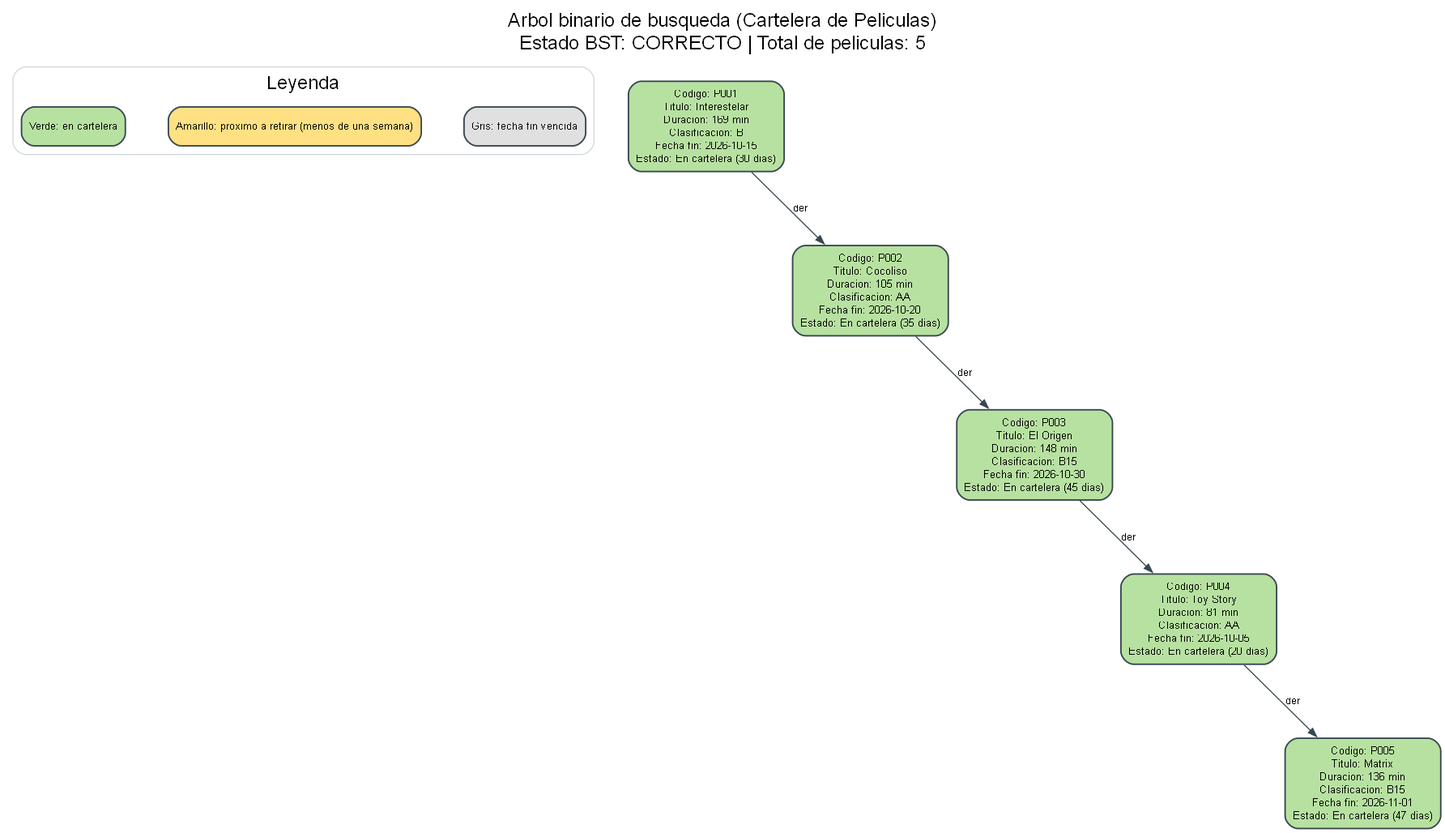
Earlier version of the Graphviz export FASE_NO2/reporte_bst.png (sergioraulquezel/EDD_2S2026_PY_202401290). Its source is kept beside it as FASE_NO2/reporte_bst.dot.
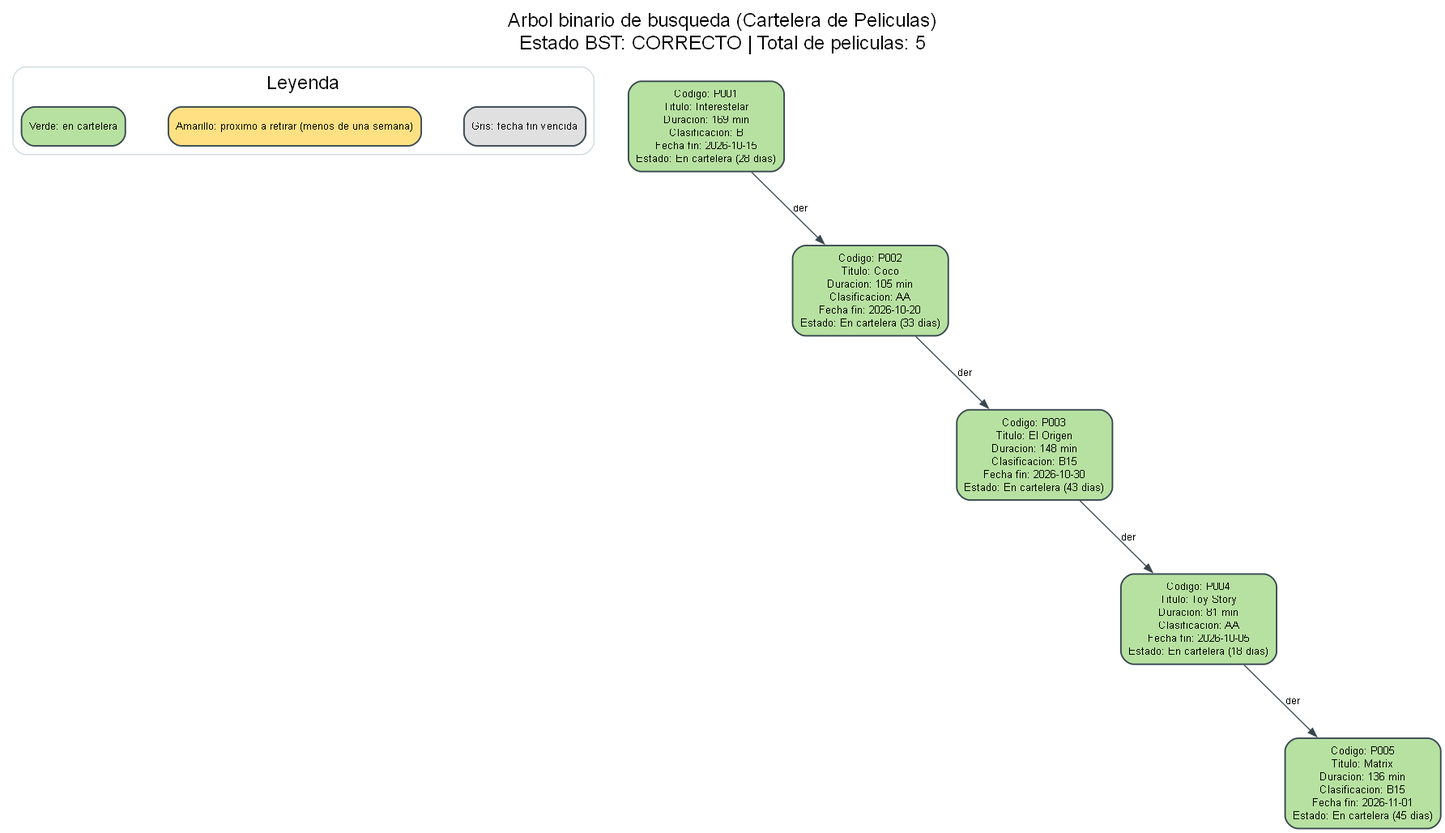
After the commit.

Diff of the diagram source:
```diff
@@ -14,29 +14,29 @@
         leyenda_gris [label="Gris: fecha fin vencida", fillcolor="#e0e0e0"];
         { rank=same; leyenda_verde; leyenda_amarillo; leyenda_gris; }
     }
-    nodo1 [fillcolor="#b7e1a1", label="Codigo: P001\nTitulo: Interestelar\nDuracion: 169 min\nClasificacion: B\nFecha fin: 2026-10-15\nEstado: En cartelera (30 dias)"];
+    nodo1 [fillcolor="#b7e1a1", label="Codigo: P001\nTitulo: Interestelar\nDuracion: 169 min\nClasificacion: B\nFecha fin: 2026-10-15\nEstado: En cartelera (28 dias)"];
     nulo1 [shape=point, style=invis, label="", width=0.01, height=0.01];
     nodo1 -> nulo1 [style=invis, weight=10];
     nodo1 -> nodo2 [label="der"];
     { rank=same; nulo1; nodo2; }
     nulo1 -> nodo2 [style=invis, weight=20];
-    nodo2 [fillcolor="#b7e1a1", label="Codigo: P002\nTitulo: Cocoliso\nDuracion: 105 min\nClasificacion: AA\nFecha fin: 2026-10-20\nEstado: En cartelera (35 dias)"];
+    nodo2 [fillcolor="#b7e1a1", label="Codigo: P002\nTitulo: Coco\nDuracion: 105 min\nClasificacion: AA\nFecha fin: 2026-10-20\nEstado: En cartelera (33 dias)"];
     nulo2 [shape=point, style=invis, label="", width=0.01, height=0.01];
     nodo2 -> nulo2 [style=invis, weight=10];
     nodo2 -> nodo3 [label="der"];
     { rank=same; nulo2; nodo3; }
     nulo2 -> nodo3 [style=invis, weight=20];
-    nodo3 [fillcolor="#b7e1a1", label="Codigo: P003\nTitulo: El Origen\nDuracion: 148 min\nClasificacion: B15\nFecha fin: 2026-10-30\nEstado: En cartelera (45 dias)"];
+    nodo3 [fillcolor="#b7e1a1", label="Codigo: P003\nTitulo: El Origen\nDuracion: 148 min\nClasificacion: B15\nFecha fin: 2026-10-30\nEstado: En cartelera (43 dias)"];
     nulo3 [shape=point, style=invis, label="", width=0.01, height=0.01];
     nodo3 -> nulo3 [style=invis, weight=10];
     nodo3 -> nodo4 [label="der"];
     { rank=same; nulo3; nodo4; }
     nulo3 -> nodo4 [style=invis, weight=20];
-    nodo4 [fillcolor="#b7e1a1", label="Codigo: P004\nTitulo: Toy Story\nDuracion: 81 min\nClasificacion: AA\nFecha fin: 2026-10-05\nEstado: En cartelera (20 dias)"];
+    nodo4 [fillcolor="#b7e1a1", label="Codigo: P004\nTitulo: Toy Story\nDuracion: 81 min\nClasificacion: AA\nFecha fin: 2026-10-05\nEstado: En cartelera (18 dias)"];
     nulo4 [shape=point, style=invis, label="", width=0.01, height=0.01];
     nodo4 -> nulo4 [style=invis, weight=10];
     nodo4 -> nodo5 [label="der"];
     { rank=same; nulo4; nodo5; }
     nulo4 -> nodo5 [style=invis, weight=20];
-    nodo5 [fillcolor="#b7e1a1", label="Codigo: P005\nTitulo: Matrix\nDuracion: 136 min\nClasificacion: B15\nFecha fin: 2026-11-01\nEstado: En cartelera (47 dias)"];
+    nodo5 [fillcolor="#b7e1a1", label="Codigo: P005\nTitulo: Matrix\nDuracion: 136 min\nClasificacion: B15\nFecha fin: 2026-11-01\nEstado: En cartelera (45 dias)"];
 }
```
